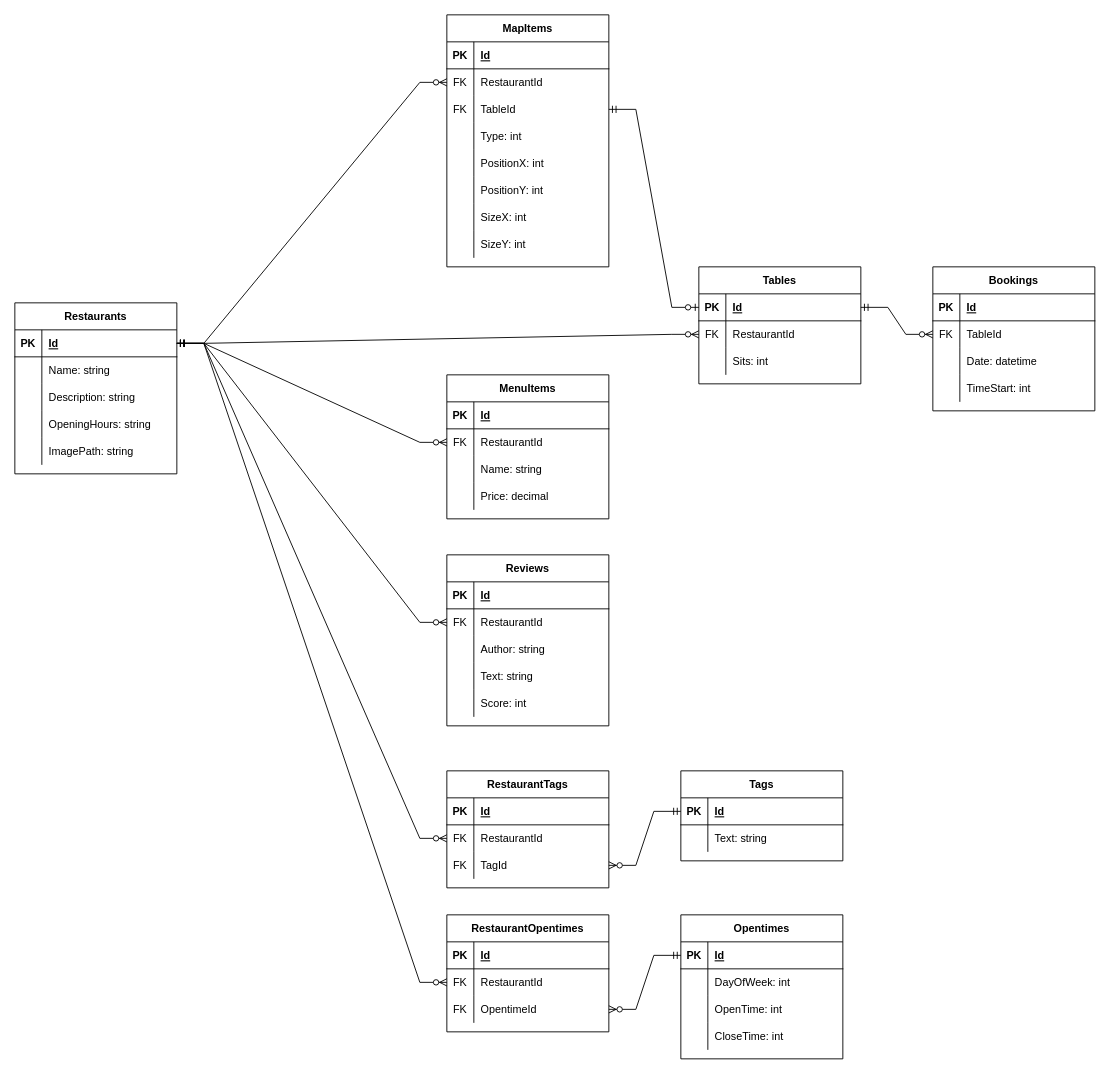
Earlier version of the draw.io diagram DatabaseDesign.drawio (koloczz/sit-eat). Source tidied: cells renumbered, new cells numbered last; positions are measured from the earlier drawing's top-left corner, leaving out a move shared by most shapes. Both pictures are drawn from the tidied source at 90%, with x=0, y=0 at pixel (14, 14).
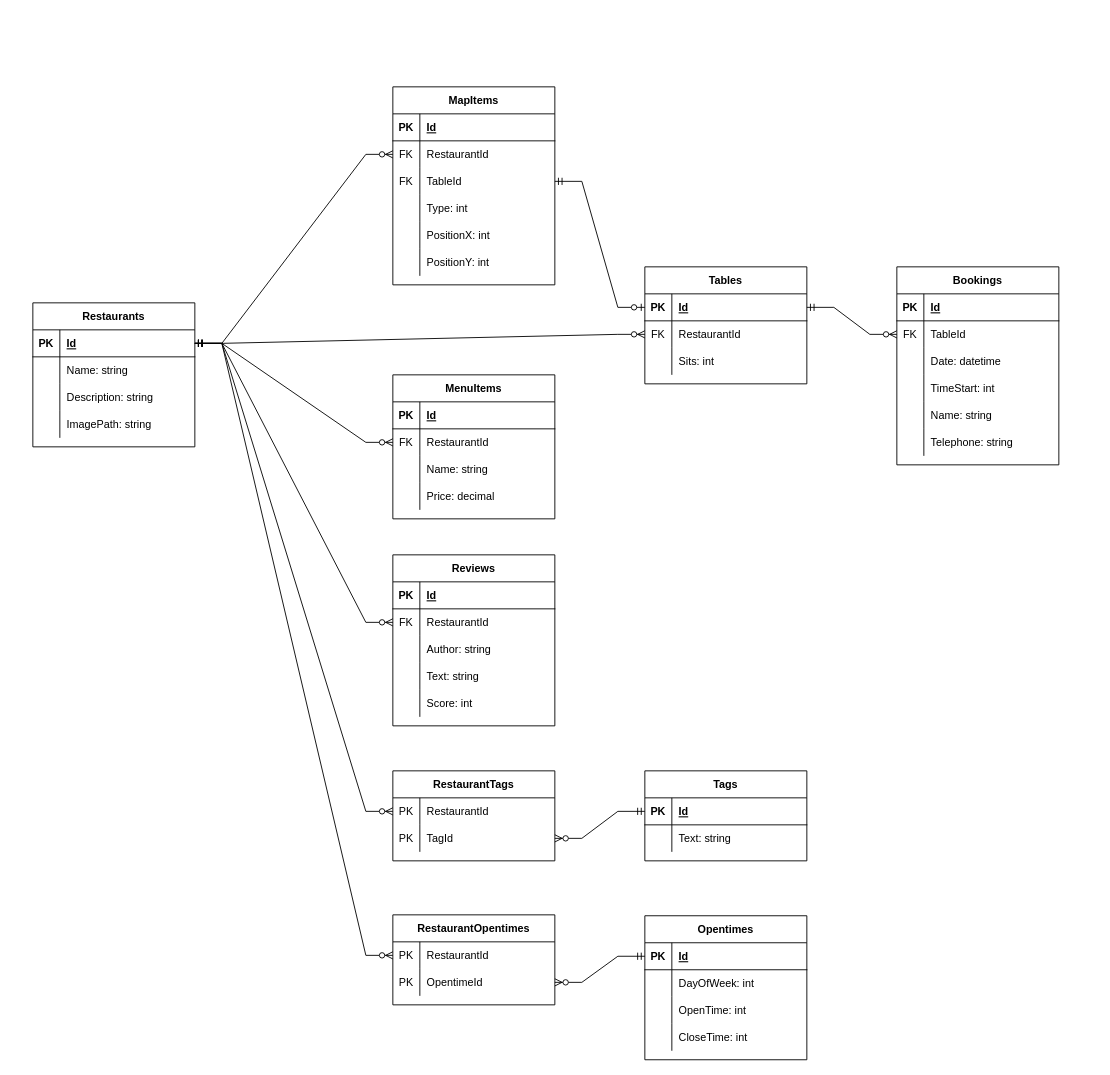
After the change.

Commit message (it also covers changes not shown here):
Update DB design with the latest frontend ideas

Change to the diagram source:
```diff
@@
     <mxCell id="2" value="Restaurants" style="shape=table;startSize=30;childLayout=tableLayout;rowLines=0;fontStyle=1;align=center;fillColor=default;strokeColor=default;fontColor=default;" parent="1" vertex="1">
-      <mxGeometry y="320" width="180" height="190" as="geometry" />
+      <mxGeometry x="20" y="320" width="180" height="160" as="geometry" />
     </mxCell>
@@
-    <mxCell id="12" style="shape=partialRectangle;fillColor=none;top=0;left=0;bottom=0;right=0;" parent="2" vertex="1">
-      <mxGeometry y="120" width="180" height="30" as="geometry" />
-    </mxCell>
-    <mxCell id="13" style="shape=partialRectangle;fillColor=none;top=0;left=0;bottom=0;right=0;overflow=hidden;" parent="12" vertex="1">
-      <mxGeometry width="30" height="30" as="geometry" />
-    </mxCell>
-    <mxCell id="14" value="OpeningHours: string" style="shape=partialRectangle;fillColor=none;top=0;left=0;bottom=0;right=0;align=left;spacingLeft=6;overflow=hidden;" parent="12" vertex="1">
-      <mxGeometry x="30" width="150" height="30" as="geometry" />
-    </mxCell>
     <mxCell id="15" style="shape=partialRectangle;fillColor=none;top=0;left=0;bottom=0;right=0;" parent="2" vertex="1">
-      <mxGeometry y="150" width="180" height="30" as="geometry" />
+      <mxGeometry y="120" width="180" height="30" as="geometry" />
     </mxCell>
@@
     <mxCell id="18" value="Tables" style="shape=table;startSize=30;childLayout=tableLayout;rowLines=0;fontStyle=1;align=center;" parent="1" vertex="1">
-      <mxGeometry x="760" y="280" width="180" height="130" as="geometry" />
+      <mxGeometry x="700" y="280" width="180" height="130" as="geometry" />
     </mxCell>
@@
     <mxCell id="29" value="MapItems" style="shape=table;startSize=30;childLayout=tableLayout;rowLines=0;fontStyle=1;align=center;" parent="1" vertex="1">
-      <mxGeometry x="480" width="180" height="280" as="geometry" />
+      <mxGeometry x="420" y="80" width="180" height="220" as="geometry" />
     </mxCell>
@@
-    <mxCell id="48" style="shape=partialRectangle;fillColor=none;top=0;left=0;bottom=0;right=0;" parent="29" vertex="1">
-      <mxGeometry y="210" width="180" height="30" as="geometry" />
-    </mxCell>
-    <mxCell id="49" style="shape=partialRectangle;fillColor=none;top=0;left=0;bottom=0;right=0;overflow=hidden;" parent="48" vertex="1">
-      <mxGeometry width="30" height="30" as="geometry" />
-    </mxCell>
-    <mxCell id="50" value="SizeX: int" style="shape=partialRectangle;fillColor=none;top=0;left=0;bottom=0;right=0;align=left;spacingLeft=6;overflow=hidden;" parent="48" vertex="1">
-      <mxGeometry x="30" width="150" height="30" as="geometry" />
-    </mxCell>
-    <mxCell id="51" style="shape=partialRectangle;fillColor=none;top=0;left=0;bottom=0;right=0;" parent="29" vertex="1">
-      <mxGeometry y="240" width="180" height="30" as="geometry" />
-    </mxCell>
-    <mxCell id="52" style="shape=partialRectangle;fillColor=none;top=0;left=0;bottom=0;right=0;overflow=hidden;" parent="51" vertex="1">
-      <mxGeometry width="30" height="30" as="geometry" />
-    </mxCell>
-    <mxCell id="53" value="SizeY: int" style="shape=partialRectangle;fillColor=none;top=0;left=0;bottom=0;right=0;align=left;spacingLeft=6;overflow=hidden;" parent="51" vertex="1">
-      <mxGeometry x="30" width="150" height="30" as="geometry" />
-    </mxCell>
@@
     <mxCell id="56" value="Bookings" style="shape=table;startSize=30;childLayout=tableLayout;rowLines=0;fontStyle=1;align=center;" parent="1" vertex="1">
-      <mxGeometry x="1020" y="280" width="180" height="160" as="geometry" />
+      <mxGeometry x="980" y="280" width="180" height="220" as="geometry" />
     </mxCell>
@@
+    <mxCell id="145" style="shape=partialRectangle;fillColor=none;top=0;left=0;bottom=0;right=0;" parent="56" vertex="1">
+      <mxGeometry y="150" width="180" height="30" as="geometry" />
+    </mxCell>
+    <mxCell id="146" style="shape=partialRectangle;fillColor=none;top=0;left=0;bottom=0;right=0;overflow=hidden;" parent="145" vertex="1">
+      <mxGeometry width="30" height="30" as="geometry" />
+    </mxCell>
+    <mxCell id="147" value="Name: string" style="shape=partialRectangle;fillColor=none;top=0;left=0;bottom=0;right=0;align=left;spacingLeft=6;overflow=hidden;" parent="145" vertex="1">
+      <mxGeometry x="30" width="150" height="30" as="geometry" />
+    </mxCell>
+    <mxCell id="148" style="shape=partialRectangle;fillColor=none;top=0;left=0;bottom=0;right=0;" parent="56" vertex="1">
+      <mxGeometry y="180" width="180" height="30" as="geometry" />
+    </mxCell>
+    <mxCell id="149" style="shape=partialRectangle;fillColor=none;top=0;left=0;bottom=0;right=0;overflow=hidden;" parent="148" vertex="1">
+      <mxGeometry width="30" height="30" as="geometry" />
+    </mxCell>
+    <mxCell id="150" value="Telephone: string" style="shape=partialRectangle;fillColor=none;top=0;left=0;bottom=0;right=0;align=left;spacingLeft=6;overflow=hidden;" parent="148" vertex="1">
+      <mxGeometry x="30" width="150" height="30" as="geometry" />
+    </mxCell>
@@
     <mxCell id="70" value="MenuItems" style="shape=table;startSize=30;childLayout=tableLayout;rowLines=0;fontStyle=1;align=center;fillColor=default;strokeColor=default;fontColor=default;" parent="1" vertex="1">
-      <mxGeometry x="480" y="400" width="180" height="160" as="geometry" />
+      <mxGeometry x="420" y="400" width="180" height="160" as="geometry" />
     </mxCell>
@@
     <mxCell id="84" value="Reviews" style="shape=table;startSize=30;childLayout=tableLayout;rowLines=0;fontStyle=1;align=center;fillColor=default;strokeColor=default;fontColor=default;" parent="1" vertex="1">
-      <mxGeometry x="480" y="600" width="180" height="190" as="geometry" />
+      <mxGeometry x="420" y="600" width="180" height="190" as="geometry" />
     </mxCell>
@@
     <mxCell id="101" value="Tags" style="shape=table;startSize=30;childLayout=tableLayout;rowLines=0;fontStyle=1;align=center;fillColor=default;strokeColor=default;fontColor=default;" parent="1" vertex="1">
-      <mxGeometry x="740" y="840" width="180" height="100" as="geometry" />
+      <mxGeometry x="700" y="840" width="180" height="100" as="geometry" />
     </mxCell>
@@
     <mxCell id="108" value="RestaurantTags" style="shape=table;startSize=30;childLayout=tableLayout;rowLines=0;fontStyle=1;align=center;fillColor=default;strokeColor=default;fontColor=default;" parent="1" vertex="1">
-      <mxGeometry x="480" y="840" width="180" height="130" as="geometry" />
+      <mxGeometry x="420" y="840" width="180" height="100" as="geometry" />
     </mxCell>
-    <mxCell id="109" style="shape=partialRectangle;fillColor=none;top=0;left=0;bottom=1;right=0;fontColor=default;" parent="108" vertex="1">
-      <mxGeometry y="30" width="180" height="30" as="geometry" />
-    </mxCell>
-    <mxCell id="110" value="PK" style="shape=partialRectangle;fillColor=none;top=0;left=0;bottom=0;right=0;fontStyle=1;overflow=hidden;" parent="109" vertex="1">
-      <mxGeometry width="30" height="30" as="geometry" />
-    </mxCell>
-    <mxCell id="111" value="Id" style="shape=partialRectangle;fillColor=none;top=0;left=0;bottom=0;right=0;align=left;spacingLeft=6;fontStyle=5;overflow=hidden;" parent="109" vertex="1">
-      <mxGeometry x="30" width="150" height="30" as="geometry" />
-    </mxCell>
     <mxCell id="112" style="shape=partialRectangle;fillColor=none;top=0;left=0;bottom=0;right=0;points=[[0,0.5],[1,0.5]];portConstraint=eastwest;" parent="108" vertex="1">
-      <mxGeometry y="60" width="180" height="30" as="geometry" />
+      <mxGeometry y="30" width="180" height="30" as="geometry" />
     </mxCell>
-    <mxCell id="113" value="FK" style="shape=partialRectangle;fillColor=none;top=0;left=0;bottom=0;right=0;overflow=hidden;fontColor=default;" parent="112" vertex="1">
+    <mxCell id="113" value="PK" style="shape=partialRectangle;fillColor=none;top=0;left=0;bottom=0;right=0;overflow=hidden;fontColor=default;" parent="112" vertex="1">
       <mxGeometry width="30" height="30" as="geometry" />
     </mxCell>
@@
     <mxCell id="115" style="shape=partialRectangle;fillColor=none;top=0;left=0;bottom=0;right=0;points=[[0,0.5],[1,0.5]];portConstraint=eastwest;" parent="108" vertex="1">
-      <mxGeometry y="90" width="180" height="30" as="geometry" />
+      <mxGeometry y="60" width="180" height="30" as="geometry" />
     </mxCell>
-    <mxCell id="116" value="FK" style="shape=partialRectangle;fillColor=none;top=0;left=0;bottom=0;right=0;overflow=hidden;fontColor=default;" parent="115" vertex="1">
+    <mxCell id="116" value="PK" style="shape=partialRectangle;fillColor=none;top=0;left=0;bottom=0;right=0;overflow=hidden;fontColor=default;" parent="115" vertex="1">
       <mxGeometry width="30" height="30" as="geometry" />
     </mxCell>
@@
     <mxCell id="120" value="Opentimes" style="shape=table;startSize=30;childLayout=tableLayout;rowLines=0;fontStyle=1;align=center;fillColor=default;strokeColor=default;fontColor=default;" parent="1" vertex="1">
-      <mxGeometry x="740" y="1000" width="180" height="160" as="geometry" />
+      <mxGeometry x="700" y="1001" width="180" height="160" as="geometry" />
     </mxCell>
@@
     <mxCell id="133" value="RestaurantOpentimes" style="shape=table;startSize=30;childLayout=tableLayout;rowLines=0;fontStyle=1;align=center;fillColor=default;strokeColor=default;fontColor=default;" parent="1" vertex="1">
-      <mxGeometry x="480" y="1000" width="180" height="130" as="geometry" />
+      <mxGeometry x="420" y="1000" width="180" height="100" as="geometry" />
     </mxCell>
-    <mxCell id="134" style="shape=partialRectangle;fillColor=none;top=0;left=0;bottom=1;right=0;fontColor=default;" parent="133" vertex="1">
-      <mxGeometry y="30" width="180" height="30" as="geometry" />
-    </mxCell>
-    <mxCell id="135" value="PK" style="shape=partialRectangle;fillColor=none;top=0;left=0;bottom=0;right=0;fontStyle=1;overflow=hidden;" parent="134" vertex="1">
-      <mxGeometry width="30" height="30" as="geometry" />
-    </mxCell>
-    <mxCell id="136" value="Id" style="shape=partialRectangle;fillColor=none;top=0;left=0;bottom=0;right=0;align=left;spacingLeft=6;fontStyle=5;overflow=hidden;" parent="134" vertex="1">
-      <mxGeometry x="30" width="150" height="30" as="geometry" />
-    </mxCell>
     <mxCell id="137" style="shape=partialRectangle;fillColor=none;top=0;left=0;bottom=0;right=0;points=[[0,0.5],[1,0.5]];portConstraint=eastwest;" parent="133" vertex="1">
-      <mxGeometry y="60" width="180" height="30" as="geometry" />
+      <mxGeometry y="30" width="180" height="30" as="geometry" />
     </mxCell>
-    <mxCell id="138" value="FK" style="shape=partialRectangle;fillColor=none;top=0;left=0;bottom=0;right=0;overflow=hidden;fontColor=default;" parent="137" vertex="1">
+    <mxCell id="138" value="PK" style="shape=partialRectangle;fillColor=none;top=0;left=0;bottom=0;right=0;overflow=hidden;fontColor=default;" parent="137" vertex="1">
       <mxGeometry width="30" height="30" as="geometry" />
     </mxCell>
@@
     <mxCell id="140" style="shape=partialRectangle;fillColor=none;top=0;left=0;bottom=0;right=0;points=[[0,0.5],[1,0.5]];portConstraint=eastwest;" parent="133" vertex="1">
-      <mxGeometry y="90" width="180" height="30" as="geometry" />
+      <mxGeometry y="60" width="180" height="30" as="geometry" />
     </mxCell>
-    <mxCell id="141" value="FK" style="shape=partialRectangle;fillColor=none;top=0;left=0;bottom=0;right=0;overflow=hidden;fontColor=default;" parent="140" vertex="1">
+    <mxCell id="141" value="PK" style="shape=partialRectangle;fillColor=none;top=0;left=0;bottom=0;right=0;overflow=hidden;fontColor=default;" parent="140" vertex="1">
       <mxGeometry width="30" height="30" as="geometry" />
     </mxCell>
```
